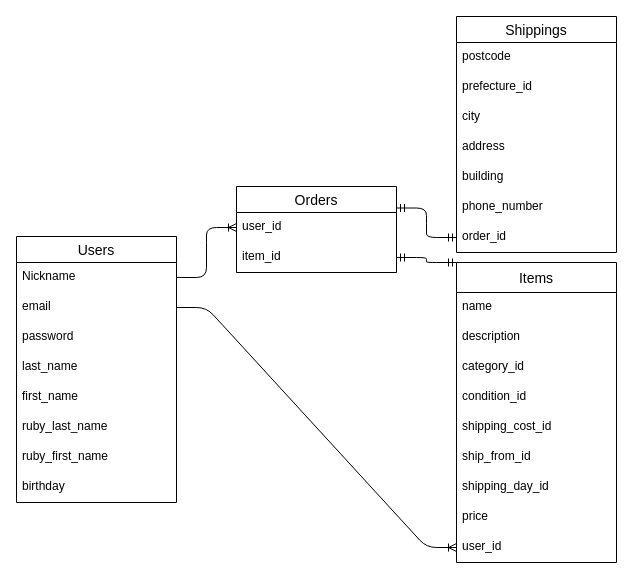
Before: furima38940_er.dio in user4ge/furima-38940, a draw.io diagram. Source tidied: cells renumbered, new cells numbered last; positions are measured from the earlier drawing's top-left corner, leaving out a move shared by most shapes. Both pictures are drawn from the tidied source at 100%, with x=0, y=0 at pixel (16, 16).
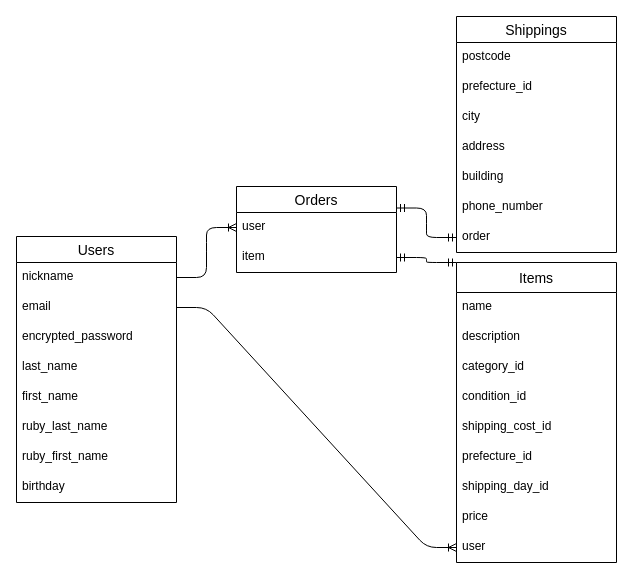
Above is the later version.

Commit message (it also covers changes not shown here):
テーブル設計 プルリクエスト後修正②

Unchanged cells that the change refers to:
```xml
<mxCell id="2" value="Users" style="swimlane;fontStyle=0;horizontal=1;startSize=26;align=center;fontSize=14;" parent="1" vertex="1">
  <mxGeometry y="220" width="160" height="266" as="geometry" />
</mxCell>
<mxCell id="11" value="Items" style="swimlane;fontStyle=0;horizontal=1;startSize=30;align=center;fontSize=14;" parent="1" vertex="1">
  <mxGeometry x="440" y="246" width="160" height="300" as="geometry" />
</mxCell>
<mxCell id="21" value="Orders" style="swimlane;fontStyle=0;horizontal=1;startSize=26;align=center;fontSize=14;" parent="1" vertex="1">
  <mxGeometry x="220" y="170" width="160" height="86" as="geometry" />
</mxCell>
<mxCell id="27" value="Shippings" style="swimlane;fontStyle=0;horizontal=1;startSize=26;align=center;fontSize=14;" parent="1" vertex="1">
  <mxGeometry x="440" width="160" height="236" as="geometry" />
</mxCell>
```

What changed in the source:
```diff
@@
-    <mxCell id="3" value="Nickname" style="text;strokeColor=none;fillColor=none;spacingLeft=4;spacingRight=4;overflow=hidden;points=[[0,0.5],[1,0.5]];portConstraint=eastwest;fontSize=12;" parent="2" vertex="1">
+    <mxCell id="3" value="nickname" style="text;strokeColor=none;fillColor=none;spacingLeft=4;spacingRight=4;overflow=hidden;points=[[0,0.5],[1,0.5]];portConstraint=eastwest;fontSize=12;" parent="2" vertex="1">
       <mxGeometry y="26" width="160" height="30" as="geometry" />
     </mxCell>
@@
-    <mxCell id="5" value="password" style="text;strokeColor=none;fillColor=none;spacingLeft=4;spacingRight=4;overflow=hidden;fontSize=12;" parent="2" vertex="1">
+    <mxCell id="5" value="encrypted_password" style="text;strokeColor=none;fillColor=none;spacingLeft=4;spacingRight=4;overflow=hidden;fontSize=12;" parent="2" vertex="1">
       <mxGeometry y="86" width="160" height="30" as="geometry" />
     </mxCell>
@@
-    <mxCell id="17" value="ship_from_id" style="text;strokeColor=none;fillColor=none;spacingLeft=4;spacingRight=4;overflow=hidden;fontSize=12;" parent="11" vertex="1">
+    <mxCell id="17" value="prefecture_id" style="text;strokeColor=none;fillColor=none;spacingLeft=4;spacingRight=4;overflow=hidden;fontSize=12;" parent="11" vertex="1">
       <mxGeometry y="180" width="160" height="30" as="geometry" />
     </mxCell>
@@
-    <mxCell id="20" value="user_id" style="text;strokeColor=none;fillColor=none;spacingLeft=4;spacingRight=4;overflow=hidden;points=[[0,0.5],[1,0.5]];portConstraint=eastwest;fontSize=12;" parent="11" vertex="1">
+    <mxCell id="20" value="user" style="text;strokeColor=none;fillColor=none;spacingLeft=4;spacingRight=4;overflow=hidden;points=[[0,0.5],[1,0.5]];portConstraint=eastwest;fontSize=12;" parent="11" vertex="1">
       <mxGeometry y="270" width="160" height="30" as="geometry" />
     </mxCell>
@@
-    <mxCell id="22" value="user_id" style="text;strokeColor=none;fillColor=none;spacingLeft=4;spacingRight=4;overflow=hidden;points=[[0,0.5],[1,0.5]];portConstraint=eastwest;fontSize=12;" parent="21" vertex="1">
+    <mxCell id="22" value="user" style="text;strokeColor=none;fillColor=none;spacingLeft=4;spacingRight=4;overflow=hidden;points=[[0,0.5],[1,0.5]];portConstraint=eastwest;fontSize=12;" parent="21" vertex="1">
       <mxGeometry y="26" width="160" height="30" as="geometry" />
     </mxCell>
-    <mxCell id="23" value="item_id" style="text;strokeColor=none;fillColor=none;spacingLeft=4;spacingRight=4;overflow=hidden;points=[[0,0.5],[1,0.5]];portConstraint=eastwest;fontSize=12;" parent="21" vertex="1">
+    <mxCell id="23" value="item" style="text;strokeColor=none;fillColor=none;spacingLeft=4;spacingRight=4;overflow=hidden;points=[[0,0.5],[1,0.5]];portConstraint=eastwest;fontSize=12;" parent="21" vertex="1">
       <mxGeometry y="56" width="160" height="30" as="geometry" />
     </mxCell>
@@
-    <mxCell id="34" value="order_id" style="text;strokeColor=none;fillColor=none;spacingLeft=4;spacingRight=4;overflow=hidden;points=[[0,0.5],[1,0.5]];portConstraint=eastwest;fontSize=12;" parent="27" vertex="1">
+    <mxCell id="34" value="order" style="text;strokeColor=none;fillColor=none;spacingLeft=4;spacingRight=4;overflow=hidden;points=[[0,0.5],[1,0.5]];portConstraint=eastwest;fontSize=12;" parent="27" vertex="1">
       <mxGeometry y="206" width="160" height="30" as="geometry" />
     </mxCell>
```
